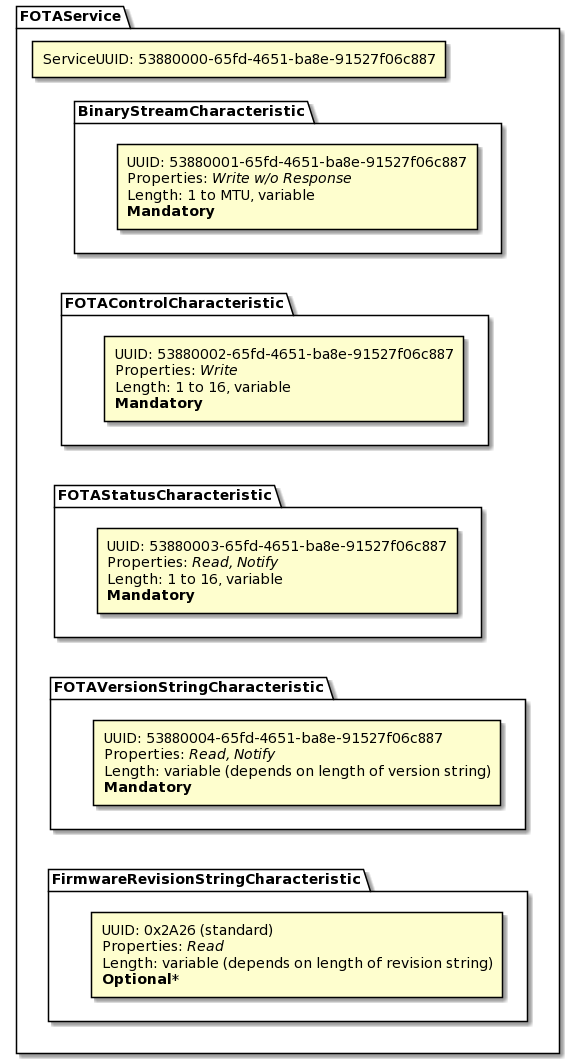
The PlantUML diagram services/FOTA/docs/img/fota-service.png in ARMmbed/mbed-os-experimental-ble-services, before a commit.
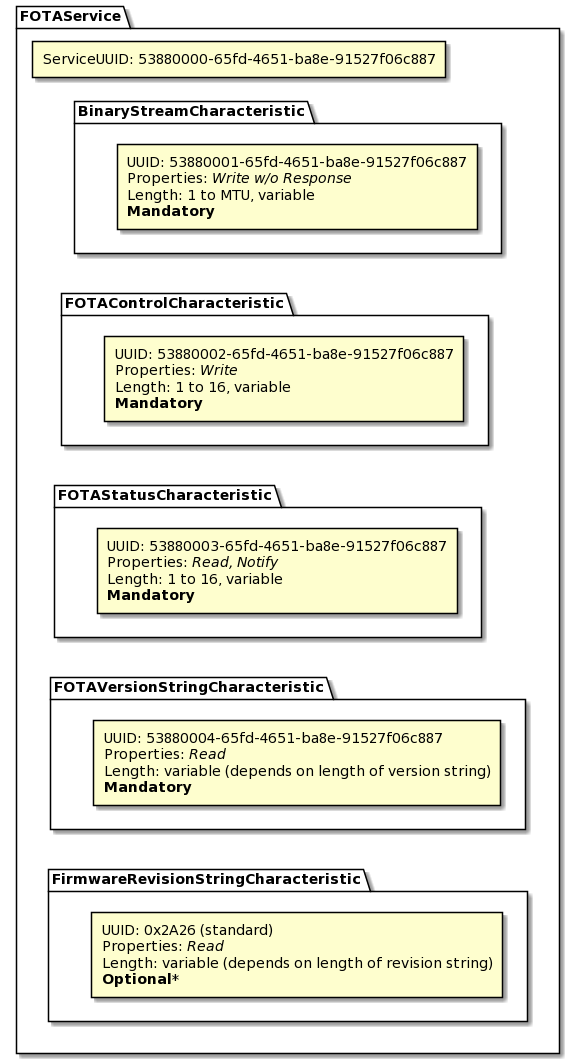
After the commit.

Commit message:
Remove notify property from FOTA version char

The edit, as a diff of the source:
```diff
@@ -31,7 +31,7 @@
    package "FOTAVersionStringCharacteristic" {
       component FOTAVSC_PROPS [
          UUID: 53880004-65fd-4651-ba8e-91527f06c887
-         Properties: //Read, Notify//
+         Properties: //Read//
          Length: variable (depends on length of version string)
          **Mandatory**
       ]
```
